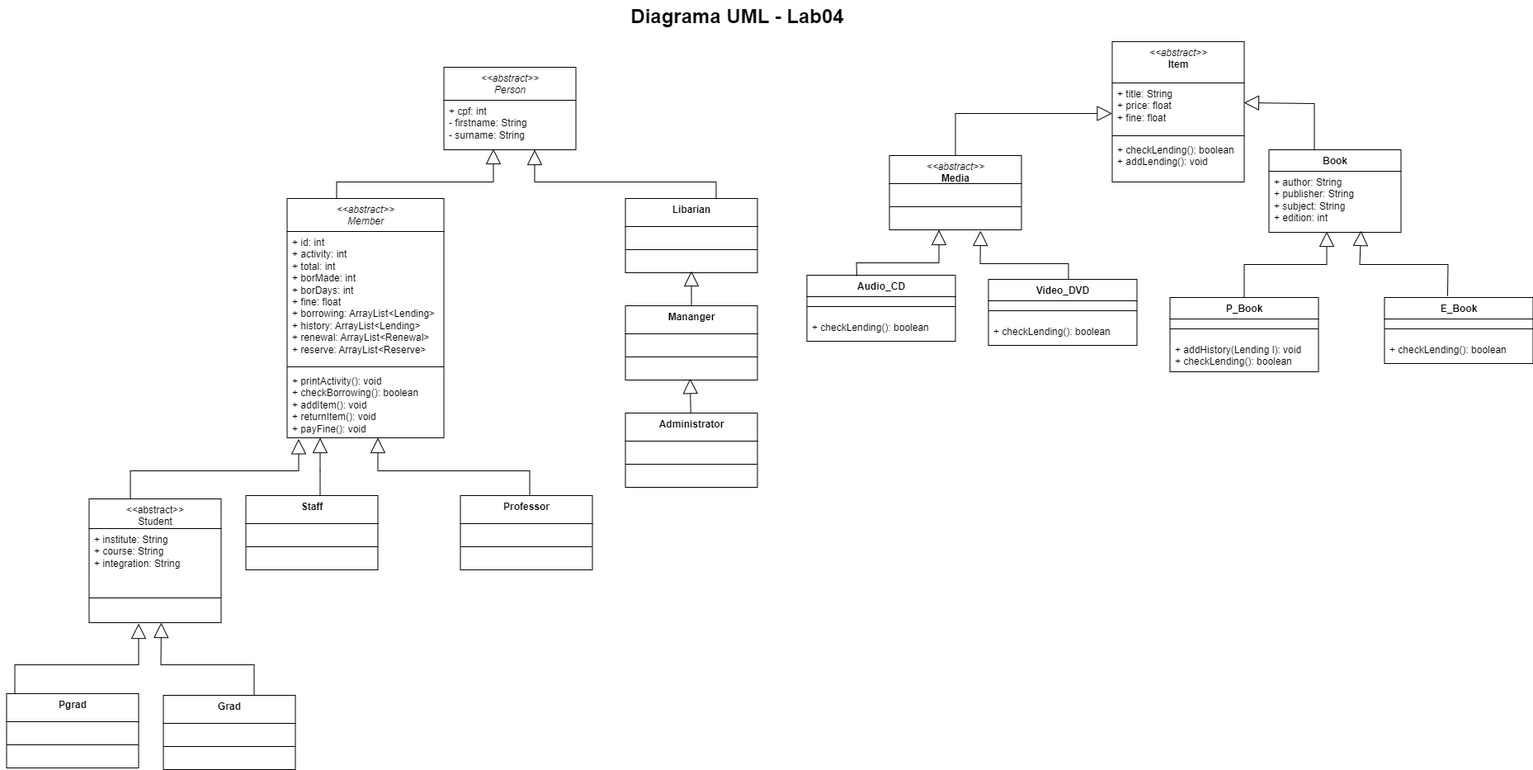
Earlier version of the draw.io export lab01/lab01/lab04.drawio.png (robert22alves/MC322). Source tidied: cells renumbered, new cells last; positions are measured from the earlier drawing's top-left corner, leaving out a move shared by most shapes.
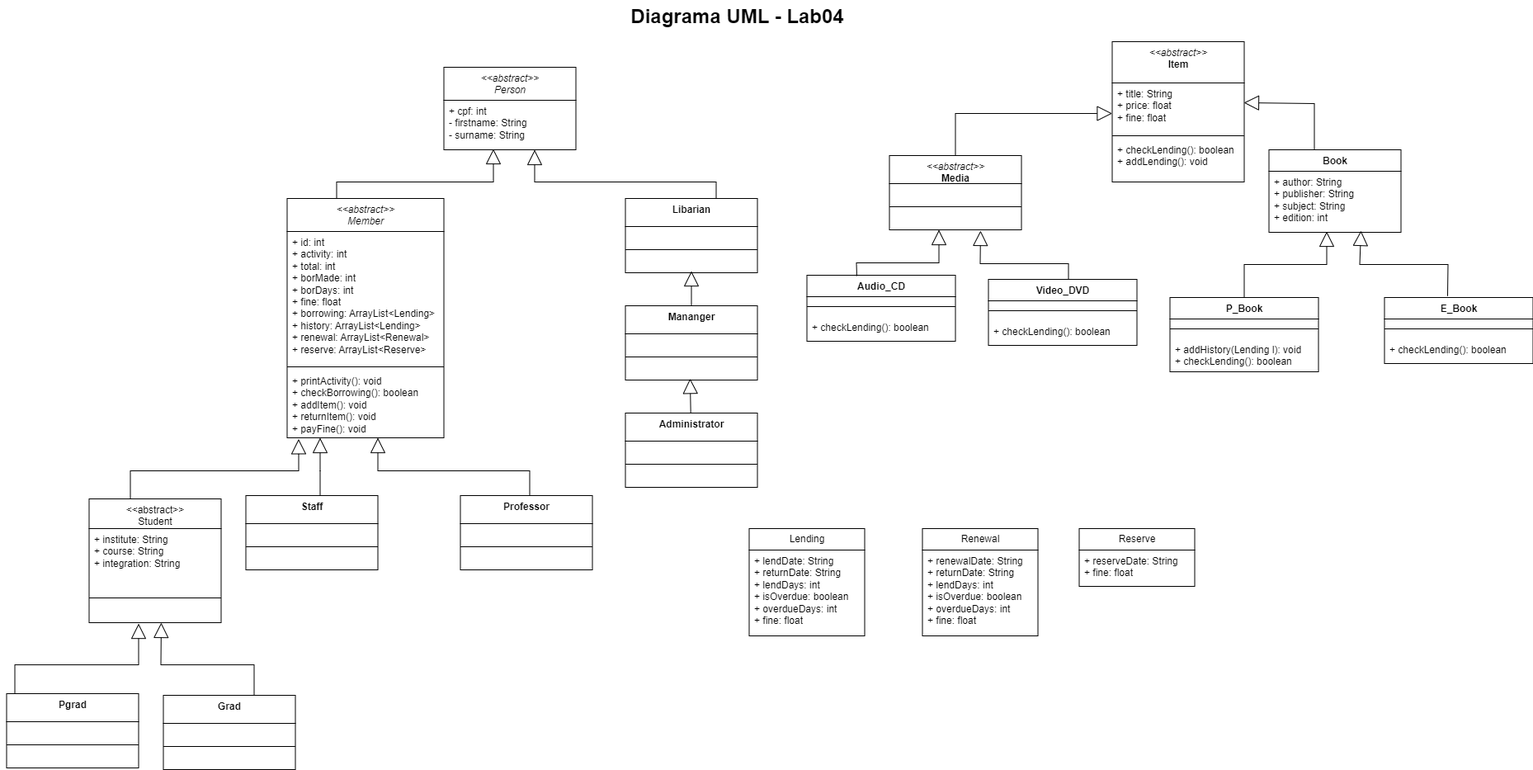
The same diagram one commit later.

Diff of the diagram source:
```diff
@@ -269,5 +269,23 @@
     <mxCell id="60" style="line;strokeWidth=1;fillColor=none;align=left;verticalAlign=middle;spacingTop=-1;spacingLeft=3;spacingRight=3;labelPosition=right;strokeColor=inherit;" parent="59" vertex="1">
       <mxGeometry y="34" width="160" height="56" as="geometry" />
     </mxCell>
+    <mxCell id="61" value="Lending" style="swimlane;fontStyle=0;horizontal=1;startSize=26;fillColor=none;whiteSpace=wrap;html=1;" parent="1" vertex="1">
+      <mxGeometry x="900" y="640" width="140" height="130" as="geometry" />
+    </mxCell>
+    <mxCell id="62" value="+ lendDate: String&lt;br&gt;+ returnDate: String&lt;br&gt;+ lendDays: int&lt;br&gt;+ isOverdue: boolean&lt;br&gt;+ overdueDays: int&lt;br&gt;+ fine: float" style="text;strokeColor=none;fillColor=none;align=left;verticalAlign=top;spacingLeft=4;spacingRight=4;overflow=hidden;whiteSpace=wrap;html=1;" parent="61" vertex="1">
+      <mxGeometry y="26" width="140" height="104" as="geometry" />
+    </mxCell>
+    <mxCell id="63" value="Renewal" style="swimlane;fontStyle=0;horizontal=1;startSize=26;fillColor=none;whiteSpace=wrap;html=1;" parent="1" vertex="1">
+      <mxGeometry x="1110" y="640" width="140" height="130" as="geometry" />
+    </mxCell>
+    <mxCell id="64" value="+ renewalDate: String&lt;br&gt;+ returnDate: String&lt;br&gt;+ lendDays: int&lt;br&gt;+ isOverdue: boolean&lt;br&gt;+ overdueDays: int&lt;br&gt;+ fine: float" style="text;strokeColor=none;fillColor=none;align=left;verticalAlign=top;spacingLeft=4;spacingRight=4;overflow=hidden;whiteSpace=wrap;html=1;" parent="63" vertex="1">
+      <mxGeometry y="26" width="140" height="104" as="geometry" />
+    </mxCell>
+    <mxCell id="65" value="Reserve" style="swimlane;fontStyle=0;horizontal=1;startSize=26;fillColor=none;whiteSpace=wrap;html=1;" parent="1" vertex="1">
+      <mxGeometry x="1300" y="640" width="140" height="70" as="geometry" />
+    </mxCell>
+    <mxCell id="66" value="+ reserveDate: String&lt;br&gt;+ fine: float" style="text;strokeColor=none;fillColor=none;align=left;verticalAlign=top;spacingLeft=4;spacingRight=4;overflow=hidden;whiteSpace=wrap;html=1;" parent="65" vertex="1">
+      <mxGeometry y="26" width="140" height="44" as="geometry" />
+    </mxCell>
   </root>
 </mxGraphModel>
```
